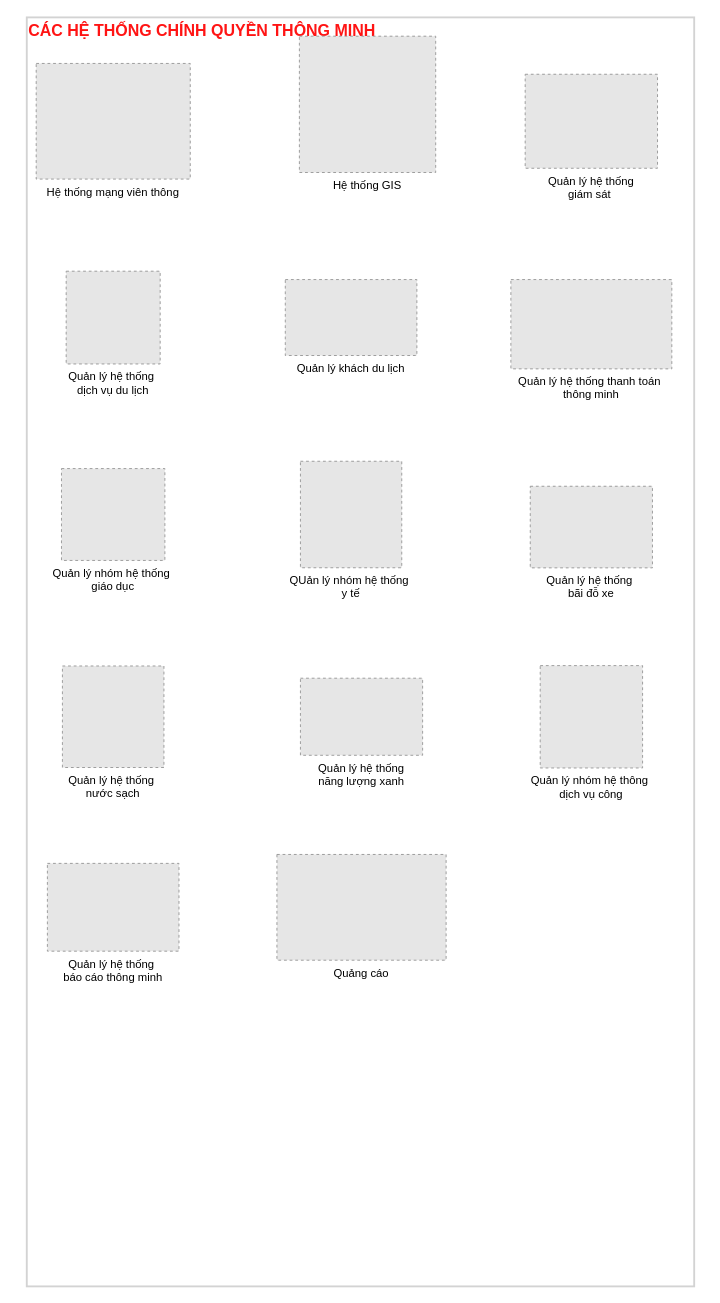
letheanh12345/Draw-io keeps this draw.io diagram as so-do-draw/smart_city_v2.drawio. Above is the earlier version. Source tidied: cells renumbered, new cells numbered last; positions are measured from the earlier drawing's top-left corner, leaving out a move shared by most shapes. Both pictures are drawn from the tidied source at 94%, with x=0, y=0 at pixel (26, 17). Pictures stored in the file or linked from it are replaced by grey dashed boxes.
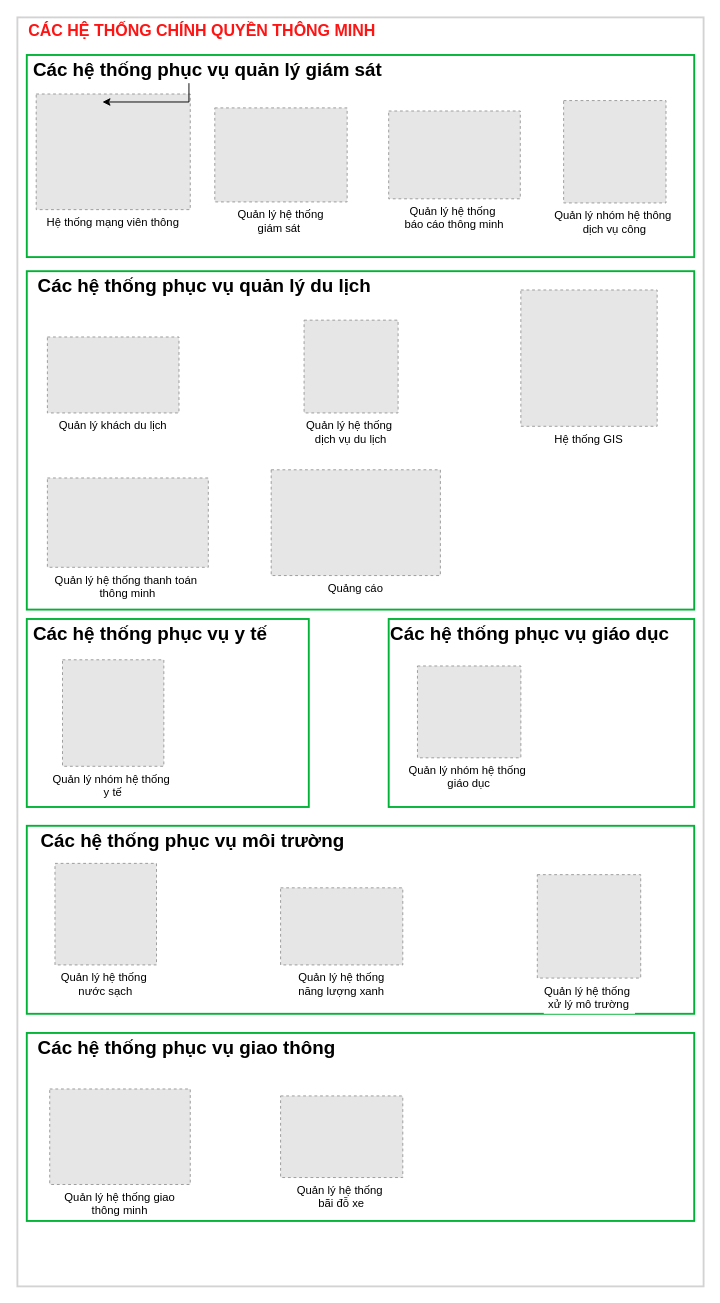
After the change.

Diff of the diagram source:
```diff
@@
     <mxCell id="2" style="rounded=0;whiteSpace=wrap;html=1;fillColor=none;strokeColor=#d3d3d3;strokeWidth=2;" parent="1" vertex="1">
-      <mxGeometry width="710" height="1350" as="geometry" />
+      <mxGeometry x="-10" width="730" height="1350" as="geometry" />
     </mxCell>
@@
     <mxCell id="4" value="Hệ thống mạng viên thông" style="fillColor=#E6E6E6;strokeColor=#999999;dashed=1;verticalLabelPosition=bottom;labelBackgroundColor=default;verticalAlign=top;" parent="1" vertex="1">
-      <mxGeometry x="10" y="49" width="163.9" height="123" as="geometry" />
+      <mxGeometry x="10" y="81.5" width="163.9" height="123" as="geometry" />
     </mxCell>
     <mxCell id="5" value="Hệ thống GIS" style="fillColor=#E6E6E6;strokeColor=#999999;dashed=1;verticalLabelPosition=bottom;labelBackgroundColor=default;verticalAlign=top;" parent="1" vertex="1">
-      <mxGeometry x="290" y="20" width="145" height="145" as="geometry" />
+      <mxGeometry x="525.6" y="290" width="145" height="145" as="geometry" />
     </mxCell>
     <mxCell id="6" value="Quản lý hệ thống thanh toán &#10;thông minh" style="fillColor=#E6E6E6;strokeColor=#999999;dashed=1;verticalLabelPosition=bottom;labelBackgroundColor=default;verticalAlign=top;" parent="1" vertex="1">
-      <mxGeometry x="515" y="278.9" width="171.2" height="95" as="geometry" />
+      <mxGeometry x="21.9" y="490" width="171.2" height="95" as="geometry" />
     </mxCell>
     <mxCell id="7" value="Quản lý hệ thống &#10;giám sát " style="fillColor=#E6E6E6;strokeColor=#999999;dashed=1;verticalLabelPosition=bottom;labelBackgroundColor=default;verticalAlign=top;" parent="1" vertex="1">
-      <mxGeometry x="530.2" y="60.5" width="140.8" height="100" as="geometry" />
+      <mxGeometry x="200" y="96.3" width="140.8" height="100" as="geometry" />
     </mxCell>
-    <mxCell id="8" value="QUản lý nhóm hệ thống &#10;y tế" style="fillColor=#E6E6E6;strokeColor=#999999;dashed=1;verticalLabelPosition=bottom;labelBackgroundColor=default;verticalAlign=top;" parent="1" vertex="1">
-      <mxGeometry x="291.1" y="472.2" width="107.8" height="113.3" as="geometry" />
+    <mxCell id="8" value="Quản lý nhóm hệ thống &#10;y tế" style="fillColor=#E6E6E6;strokeColor=#999999;dashed=1;verticalLabelPosition=bottom;labelBackgroundColor=default;verticalAlign=top;" parent="1" vertex="1">
+      <mxGeometry x="38" y="683.4" width="107.8" height="113.3" as="geometry" />
     </mxCell>
     <mxCell id="9" value="Quản lý khách du lịch" style="fillColor=#E6E6E6;strokeColor=#999999;dashed=1;verticalLabelPosition=bottom;labelBackgroundColor=default;verticalAlign=top;" parent="1" vertex="1">
-      <mxGeometry x="275" y="278.9" width="140" height="80.8" as="geometry" />
+      <mxGeometry x="21.9" y="340" width="140" height="80.8" as="geometry" />
     </mxCell>
     <mxCell id="10" value="Quản lý nhóm hệ thống &#10;giáo dục" style="fillColor=#E6E6E6;strokeColor=#999999;dashed=1;verticalLabelPosition=bottom;labelBackgroundColor=default;verticalAlign=top;" parent="1" vertex="1">
-      <mxGeometry x="36.9" y="480" width="110" height="97.7" as="geometry" />
+      <mxGeometry x="415.6" y="690" width="110" height="97.7" as="geometry" />
     </mxCell>
     <mxCell id="11" value="Quản lý nhóm hệ thông &#10;dịch vụ công" style="fillColor=#E6E6E6;strokeColor=#999999;dashed=1;verticalLabelPosition=bottom;labelBackgroundColor=default;verticalAlign=top;" parent="1" vertex="1">
-      <mxGeometry x="546.2" y="689.6" width="108.9" height="108.9" as="geometry" />
+      <mxGeometry x="571.1" y="88.5" width="108.9" height="108.9" as="geometry" />
     </mxCell>
     <mxCell id="12" value="Quản lý hệ thống&#10;năng lượng xanh" style="fillColor=#E6E6E6;strokeColor=#999999;dashed=1;verticalLabelPosition=bottom;labelBackgroundColor=default;verticalAlign=top;" parent="1" vertex="1">
-      <mxGeometry x="291.1" y="703" width="130" height="82" as="geometry" />
+      <mxGeometry x="270" y="926" width="130" height="82" as="geometry" />
     </mxCell>
     <mxCell id="13" value="Quản lý hệ thống &#10;nước sạch" style="fillColor=#E6E6E6;strokeColor=#999999;dashed=1;verticalLabelPosition=bottom;labelBackgroundColor=default;verticalAlign=top;" parent="1" vertex="1">
-      <mxGeometry x="37.9" y="690" width="108" height="108" as="geometry" />
+      <mxGeometry x="30" y="900" width="108" height="108" as="geometry" />
     </mxCell>
     <mxCell id="14" value="Quản lý hệ thống &#10;bãi đỗ xe" style="fillColor=#E6E6E6;strokeColor=#999999;dashed=1;verticalLabelPosition=bottom;labelBackgroundColor=default;verticalAlign=top;" parent="1" vertex="1">
-      <mxGeometry x="535.6" y="498.8" width="130" height="86.8" as="geometry" />
+      <mxGeometry x="270" y="1147.4" width="130" height="86.8" as="geometry" />
     </mxCell>
     <mxCell id="15" value="Quản lý hệ thống &#10;dịch vụ du lịch" style="fillColor=#E6E6E6;strokeColor=#999999;dashed=1;verticalLabelPosition=bottom;labelBackgroundColor=default;verticalAlign=top;" parent="1" vertex="1">
-      <mxGeometry x="41.9" y="270" width="100" height="98.7" as="geometry" />
+      <mxGeometry x="295" y="322.1" width="100" height="98.7" as="geometry" />
     </mxCell>
     <mxCell id="16" value="Quản lý hệ thống &#10;báo cáo thông minh" style="fillColor=#E6E6E6;strokeColor=#999999;dashed=1;verticalLabelPosition=bottom;labelBackgroundColor=default;verticalAlign=top;" parent="1" vertex="1">
-      <mxGeometry x="21.9" y="900" width="140" height="93.4" as="geometry" />
+      <mxGeometry x="385" y="99.6" width="140" height="93.4" as="geometry" />
     </mxCell>
     <mxCell id="17" value="Quảng cáo" style="fillColor=#E6E6E6;strokeColor=#999999;dashed=1;verticalLabelPosition=bottom;labelBackgroundColor=default;verticalAlign=top;" parent="1" vertex="1">
-      <mxGeometry x="266.1" y="890.5" width="180" height="112.5" as="geometry" />
+      <mxGeometry x="260" y="481.3" width="180" height="112.5" as="geometry" />
     </mxCell>
+    <mxCell id="18" style="rounded=0;whiteSpace=wrap;html=1;fillColor=none;strokeColor=#00B336;strokeWidth=2;" parent="1" vertex="1">
+      <mxGeometry y="40" width="710" height="215" as="geometry" />
+    </mxCell>
+    <mxCell id="19" value="&lt;font style=&quot;font-size: 20px;&quot;&gt;Các hệ thống phục vụ quản lý giám sát&lt;/font&gt;" style="text;html=1;strokeColor=none;fillColor=none;align=left;verticalAlign=middle;whiteSpace=wrap;rounded=0;fontStyle=1;" parent="1" vertex="1">
+      <mxGeometry x="5" y="40" width="670" height="30" as="geometry" />
+    </mxCell>
+    <mxCell id="20" style="rounded=0;whiteSpace=wrap;html=1;fillColor=none;strokeColor=#00B336;strokeWidth=2;" parent="1" vertex="1">
+      <mxGeometry y="270" width="710" height="360" as="geometry" />
+    </mxCell>
+    <mxCell id="21" value="&lt;font style=&quot;font-size: 20px;&quot;&gt;Các hệ thống phục vụ quản lý du lịch&lt;/font&gt;" style="text;html=1;strokeColor=none;fillColor=none;align=left;verticalAlign=middle;whiteSpace=wrap;rounded=0;fontStyle=1;" parent="1" vertex="1">
+      <mxGeometry x="10" y="270" width="670" height="30" as="geometry" />
+    </mxCell>
+    <mxCell id="22" style="rounded=0;whiteSpace=wrap;html=1;fillColor=none;strokeColor=#00B336;strokeWidth=2;fontSize=20;" parent="1" vertex="1">
+      <mxGeometry y="640" width="300" height="200" as="geometry" />
+    </mxCell>
+    <mxCell id="23" value="&lt;b&gt;Các hệ thống phục vụ y tế&lt;/b&gt;" style="text;html=1;strokeColor=none;fillColor=none;align=left;verticalAlign=middle;whiteSpace=wrap;rounded=0;fontSize=20;" parent="1" vertex="1">
+      <mxGeometry x="5" y="640" width="285" height="30" as="geometry" />
+    </mxCell>
+    <mxCell id="24" style="rounded=0;whiteSpace=wrap;html=1;fillColor=none;strokeColor=#00B336;strokeWidth=2;fontSize=20;" parent="1" vertex="1">
+      <mxGeometry x="385" y="640" width="325" height="200" as="geometry" />
+    </mxCell>
+    <mxCell id="25" value="&lt;b&gt;Các hệ thống phục vụ giáo dục&lt;/b&gt;" style="text;html=1;strokeColor=none;fillColor=none;align=left;verticalAlign=middle;whiteSpace=wrap;rounded=0;fontSize=20;" parent="1" vertex="1">
+      <mxGeometry x="385" y="640" width="315" height="30" as="geometry" />
+    </mxCell>
+    <mxCell id="26" value="Quản lý hệ thống giao &#10;thông minh" style="fillColor=#E6E6E6;strokeColor=#999999;dashed=1;verticalLabelPosition=bottom;labelBackgroundColor=default;verticalAlign=top;" parent="1" vertex="1">
+      <mxGeometry x="24.4" y="1140" width="149.5" height="101.6" as="geometry" />
+    </mxCell>
+    <mxCell id="27" style="rounded=0;whiteSpace=wrap;html=1;fillColor=none;strokeColor=#00B336;strokeWidth=2;fontSize=20;" parent="1" vertex="1">
+      <mxGeometry y="860" width="710" height="200" as="geometry" />
+    </mxCell>
+    <mxCell id="28" value="&lt;b&gt;Các hệ thống phục vụ môi trường&lt;/b&gt;" style="text;html=1;strokeColor=none;fillColor=none;align=left;verticalAlign=middle;whiteSpace=wrap;rounded=0;fontSize=20;" parent="1" vertex="1">
+      <mxGeometry x="12.5" y="860" width="685" height="30" as="geometry" />
+    </mxCell>
+    <mxCell id="29" style="rounded=0;whiteSpace=wrap;html=1;fillColor=none;strokeColor=#00B336;strokeWidth=2;fontSize=20;" parent="1" vertex="1">
+      <mxGeometry y="1080.4" width="710" height="200" as="geometry" />
+    </mxCell>
+    <mxCell id="30" value="&lt;b&gt;Các hệ thống phục vụ giao thông&lt;/b&gt;" style="text;html=1;strokeColor=none;fillColor=none;align=left;verticalAlign=middle;whiteSpace=wrap;rounded=0;fontSize=20;" parent="1" vertex="1">
+      <mxGeometry x="10" y="1080.4" width="685" height="30" as="geometry" />
+    </mxCell>
+    <mxCell id="31" style="edgeStyle=orthogonalEdgeStyle;rounded=0;jettySize=auto;html=1;exitX=0.25;exitY=1;exitDx=0;exitDy=0;fontSize=20;" parent="1" edge="1" source="19">
+      <mxGeometry relative="1" as="geometry">
+        <mxPoint x="80" y="90" as="targetPoint" />
+      </mxGeometry>
+    </mxCell>
+    <mxCell id="32" value="Quản lý hệ thống &#10;xử lý mô trường" style="fillColor=#E6E6E6;strokeColor=#999999;dashed=1;verticalLabelPosition=bottom;labelBackgroundColor=default;verticalAlign=top;" parent="1" vertex="1">
+      <mxGeometry x="543.1" y="912" width="110" height="110" as="geometry" />
+    </mxCell>
```
